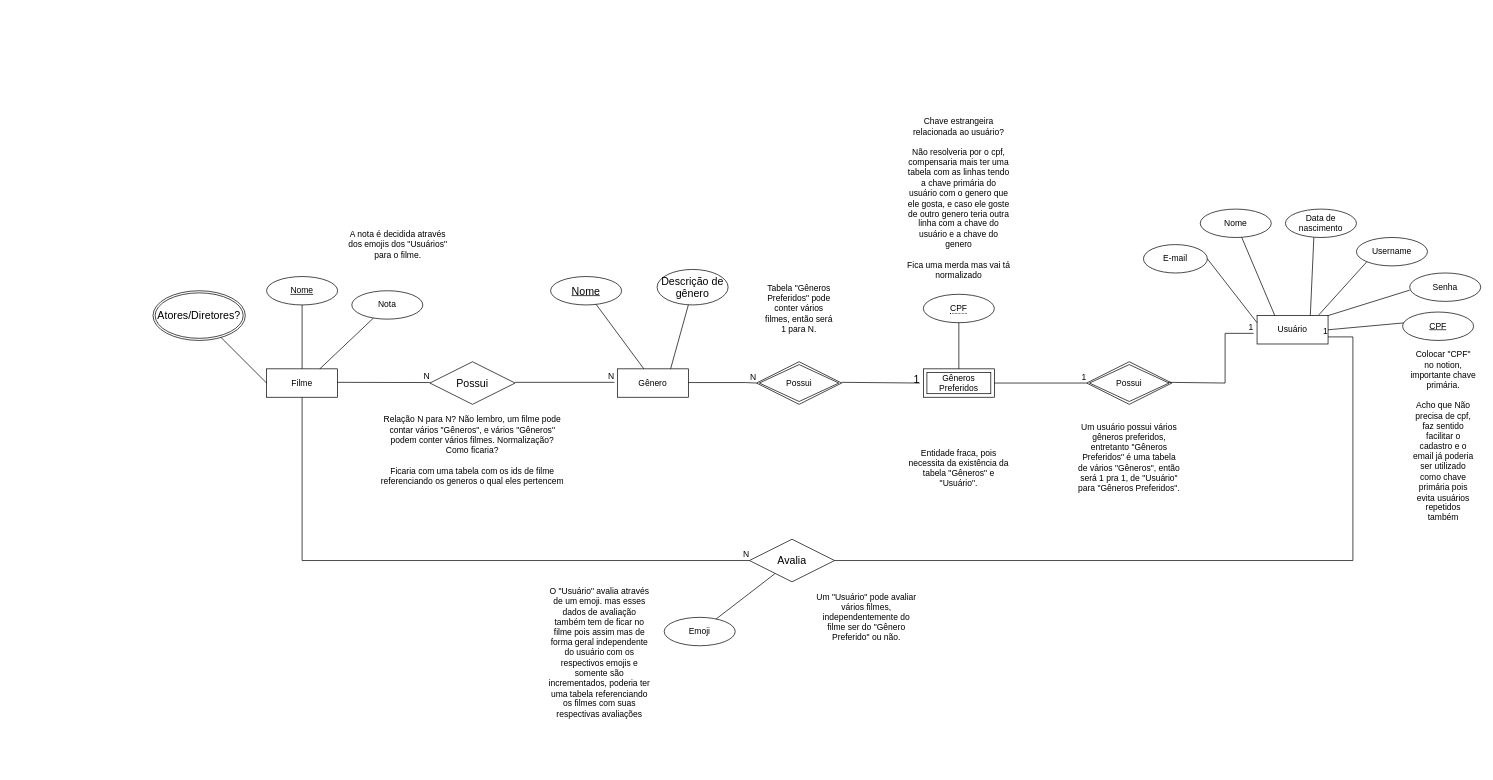
XandeCoding/Moviemoji keeps this draw.io diagram as documentação/moviemoji.drawio. Above is the earlier version. Source tidied: cells renumbered, new cells numbered last; positions are measured from the earlier drawing's top-left corner, leaving out a move shared by most shapes. Both pictures are drawn from the tidied source at 71%, with x=0, y=0 at pixel (153, 187).
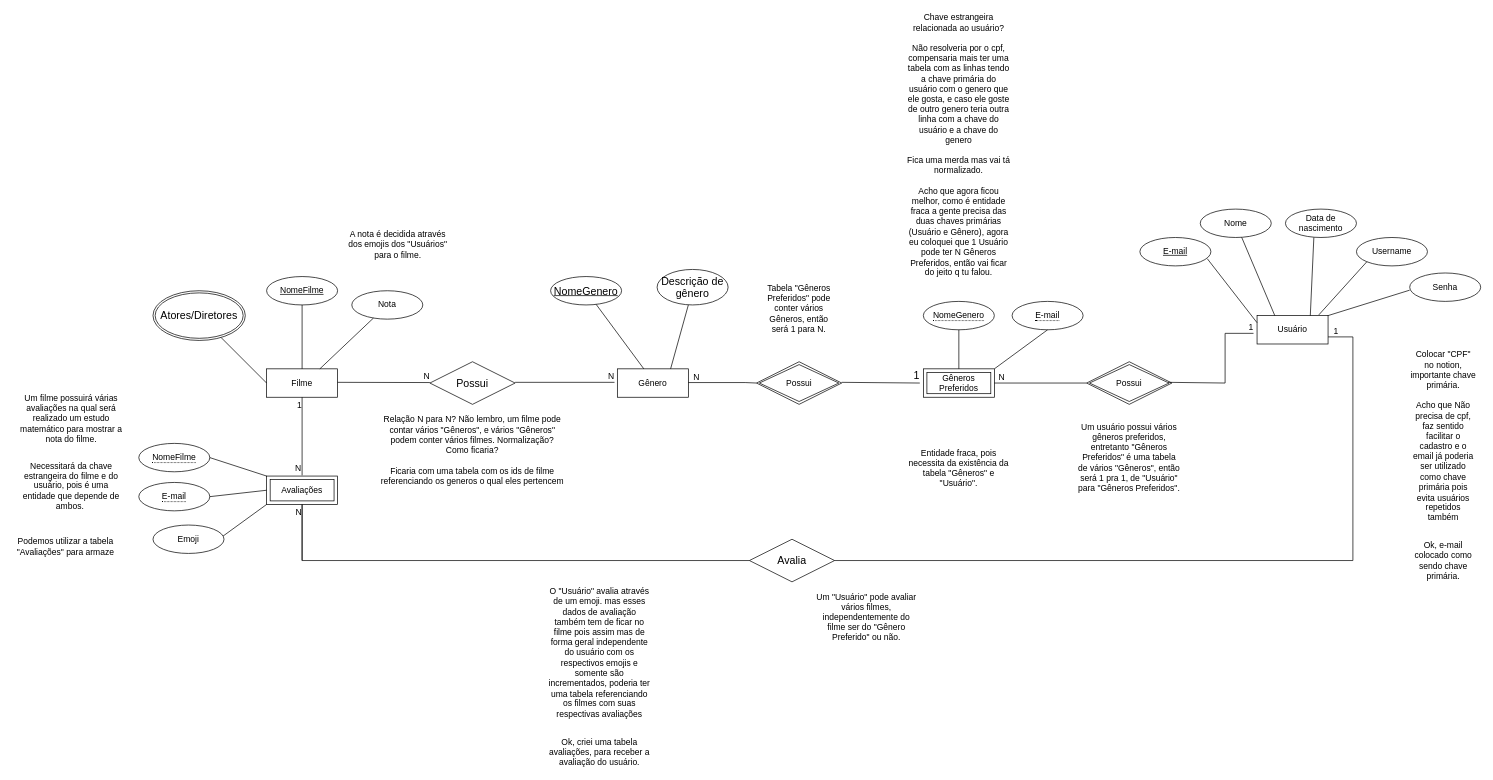
The same diagram, later.

The change refers to these unchanged cells:
```xml
<mxCell id="2" value="Filme" style="whiteSpace=wrap;html=1;align=center;" parent="1" vertex="1">
  <mxGeometry x="160" y="255" width="100" height="40" as="geometry" />
</mxCell>
<mxCell id="3" value="Usuário" style="whiteSpace=wrap;html=1;align=center;" parent="1" vertex="1">
  <mxGeometry x="1555" y="180" width="100" height="40" as="geometry" />
</mxCell>
<mxCell id="28" value="Gêneros Preferidos" style="shape=ext;margin=3;double=1;whiteSpace=wrap;html=1;align=center;" parent="1" vertex="1">
  <mxGeometry x="1085" y="255" width="100" height="40" as="geometry" />
</mxCell>
<mxCell id="36" style="endArrow=none;html=1;rounded=0;strokeColor=#000000;strokeWidth=1;" parent="1" edge="1">
  <mxGeometry relative="1" as="geometry">
    <mxPoint x="970" y="274" as="sourcePoint" />
    <mxPoint x="1080" y="275" as="targetPoint" />
  </mxGeometry>
</mxCell>
<mxCell id="38" style="endArrow=none;html=1;rounded=0;strokeColor=#000000;strokeWidth=1;entryX=0;entryY=0.5;entryDx=0;entryDy=0;" parent="1" edge="1" target="35">
  <mxGeometry relative="1" as="geometry">
    <mxPoint x="754" y="274.3" as="sourcePoint" />
    <Array as="points">
      <mxPoint x="834" y="274.3" />
    </Array>
  </mxGeometry>
</mxCell>
<mxCell id="40" style="endArrow=none;html=1;rounded=0;strokeColor=#000000;strokeWidth=1;entryX=0;entryY=0.5;entryDx=0;entryDy=0;exitX=1;exitY=0.5;exitDx=0;exitDy=0;" parent="1" edge="1" source="28" target="31">
  <mxGeometry relative="1" as="geometry" />
</mxCell>
<mxCell id="55" value="Avalia" style="shape=rhombus;perimeter=rhombusPerimeter;whiteSpace=wrap;html=1;align=center;fontSize=15;" parent="1" vertex="1">
  <mxGeometry x="840" y="495" width="120" height="60" as="geometry" />
</mxCell>
<mxCell id="56" style="endArrow=none;html=1;rounded=0;strokeColor=#000000;strokeWidth=1;fontSize=15;exitX=1;exitY=0.5;exitDx=0;exitDy=0;entryX=1;entryY=0.75;entryDx=0;entryDy=0;" parent="1" edge="1" source="55" target="3">
  <mxGeometry relative="1" as="geometry">
    <Array as="points">
      <mxPoint x="1690" y="525" />
      <mxPoint x="1690" y="210" />
    </Array>
  </mxGeometry>
</mxCell>
```

The edit, as a diff of the source:
```diff
@@
-    <mxCell id="5" value="Tabela &quot;Gêneros Preferidos&quot; pode conter vários filmes, então será 1 para N." style="text;html=1;strokeColor=none;fillColor=none;align=center;verticalAlign=middle;whiteSpace=wrap;rounded=0;" parent="1" vertex="1">
+    <mxCell id="5" value="Tabela &quot;Gêneros Preferidos&quot; pode conter vários Gêneros, então será 1 para N." style="text;html=1;strokeColor=none;fillColor=none;align=center;verticalAlign=middle;whiteSpace=wrap;rounded=0;" parent="1" vertex="1">
       <mxGeometry x="860" y="160" width="100" height="20" as="geometry" />
     </mxCell>
@@
-    <mxCell id="10" value="E-mail" style="ellipse;whiteSpace=wrap;html=1;align=center;" parent="1" vertex="1">
-      <mxGeometry x="1395" y="80" width="90" height="40" as="geometry" />
-    </mxCell>
@@
-    <mxCell id="13" style="endArrow=none;html=1;rounded=0;exitX=1;exitY=0.5;exitDx=0;exitDy=0;entryX=0;entryY=0.25;entryDx=0;entryDy=0;" parent="1" edge="1" source="10" target="3">
-      <mxGeometry relative="1" as="geometry" />
+    <mxCell id="13" style="endArrow=none;html=1;rounded=0;exitX=1;exitY=0.5;exitDx=0;exitDy=0;entryX=0;entryY=0.25;entryDx=0;entryDy=0;" parent="1" edge="1" target="3">
+      <mxGeometry relative="1" as="geometry">
+        <mxPoint x="1485" y="100" as="sourcePoint" />
+      </mxGeometry>
     </mxCell>
@@
-    <mxCell id="16" style="endArrow=none;html=1;rounded=0;exitX=1;exitY=0.5;exitDx=0;exitDy=0;" parent="1" edge="1" source="3">
-      <mxGeometry relative="1" as="geometry">
-        <mxPoint x="1765" y="190" as="targetPoint" />
-      </mxGeometry>
-    </mxCell>
@@
-    <mxCell id="22" value="Nome" style="ellipse;whiteSpace=wrap;html=1;align=center;fontStyle=4;" parent="1" vertex="1">
+    <mxCell id="22" value="NomeFilme" style="ellipse;whiteSpace=wrap;html=1;align=center;fontStyle=4;" parent="1" vertex="1">
       <mxGeometry x="160" y="125" width="100" height="40" as="geometry" />
     </mxCell>
@@
-    <mxCell id="25" value="CPF" style="ellipse;whiteSpace=wrap;html=1;align=center;fontStyle=4;" parent="1" vertex="1">
-      <mxGeometry x="1760" y="175" width="100" height="40" as="geometry" />
-    </mxCell>
-    <mxCell id="26" value="Emoji" style="ellipse;whiteSpace=wrap;html=1;align=center;" parent="1" vertex="1">
-      <mxGeometry x="720" y="605" width="100" height="40" as="geometry" />
-    </mxCell>
-    <mxCell id="27" style="endArrow=none;html=1;rounded=0;strokeColor=#000000;" parent="1" edge="1" source="26" target="55">
-      <mxGeometry relative="1" as="geometry" />
-    </mxCell>
@@
-    <mxCell id="32" value="&lt;span style=&quot;border-bottom: 1px dotted&quot;&gt;CPF&lt;/span&gt;" style="ellipse;whiteSpace=wrap;html=1;align=center;" parent="1" vertex="1">
-      <mxGeometry x="1085" y="150" width="100" height="40" as="geometry" />
+    <mxCell id="32" value="&lt;span style=&quot;border-bottom: 1px dotted&quot;&gt;E-mail&lt;/span&gt;" style="ellipse;whiteSpace=wrap;html=1;align=center;" parent="1" vertex="1">
+      <mxGeometry x="1210" y="160" width="100" height="40" as="geometry" />
     </mxCell>
-    <mxCell id="33" style="endArrow=none;html=1;rounded=0;strokeColor=#000000;strokeWidth=1;entryX=0.5;entryY=0;entryDx=0;entryDy=0;exitX=0.5;exitY=1;exitDx=0;exitDy=0;" parent="1" edge="1" source="32" target="28">
+    <mxCell id="33" style="endArrow=none;html=1;rounded=0;strokeColor=#000000;strokeWidth=1;entryX=1;entryY=0;entryDx=0;entryDy=0;exitX=0.5;exitY=1;exitDx=0;exitDy=0;" parent="1" edge="1" source="32" target="28">
       <mxGeometry relative="1" as="geometry" />
     </mxCell>
-    <mxCell id="34" value="Chave estrangeira relacionada ao usuário?&lt;br&gt;&lt;br&gt;Não resolveria por o cpf, compensaria mais ter uma tabela com as linhas tendo a chave primária do usuário com o genero que ele gosta, e caso ele goste de outro genero teria outra linha com a chave do usuário e a chave do genero&lt;br&gt;&lt;br&gt;Fica uma merda mas vai tá normalizado" style="text;html=1;strokeColor=none;fillColor=none;align=center;verticalAlign=middle;whiteSpace=wrap;rounded=0;" parent="1" vertex="1">
-      <mxGeometry x="1060" width="150" height="30" as="geometry" />
+    <mxCell id="34" value="Chave estrangeira relacionada ao usuário?&lt;br&gt;&lt;br&gt;Não resolveria por o cpf, compensaria mais ter uma tabela com as linhas tendo a chave primária do usuário com o genero que ele gosta, e caso ele goste de outro genero teria outra linha com a chave do usuário e a chave do genero&lt;br&gt;&lt;br&gt;Fica uma merda mas vai tá normalizado.&lt;br&gt;&lt;br&gt;Acho que agora ficou melhor, como é entidade fraca a gente precisa das duas chaves primárias (Usuário e Gênero), agora eu coloquei que 1 Usuário pode ter N Gêneros Preferidos, então vai ficar do jeito q tu falou." style="text;html=1;strokeColor=none;fillColor=none;align=center;verticalAlign=middle;whiteSpace=wrap;rounded=0;" parent="1" vertex="1">
+      <mxGeometry x="1060" y="-75" width="150" height="30" as="geometry" />
     </mxCell>
@@
     <mxCell id="37" value="1" style="html=1;align=right;verticalAlign=bottom;fontSize=15;" parent="36" vertex="1">
-      <mxGeometry x="1" relative="1" as="geometry">
-        <mxPoint y="5" as="offset" />
-      </mxGeometry>
+      <mxGeometry x="1" relative="1" as="geometry" />
     </mxCell>
@@
     <mxCell id="39" value="N" style="html=1;align=right;verticalAlign=bottom;" parent="38" vertex="1">
-      <mxGeometry x="1" relative="1" as="geometry" />
+      <mxGeometry x="1" relative="1" as="geometry">
+        <mxPoint x="-80" as="offset" />
+      </mxGeometry>
     </mxCell>
@@
-    <mxCell id="41" value="1" style="html=1;align=right;verticalAlign=bottom;" parent="40" vertex="1">
-      <mxGeometry x="1" relative="1" as="geometry" />
+    <mxCell id="41" value="N" style="html=1;align=right;verticalAlign=bottom;" parent="40" vertex="1">
+      <mxGeometry x="1" relative="1" as="geometry">
+        <mxPoint x="-115" as="offset" />
+      </mxGeometry>
     </mxCell>
@@
-    <mxCell id="51" value="Nome" style="ellipse;whiteSpace=wrap;html=1;align=center;fontStyle=4;fontSize=15;" parent="1" vertex="1">
+    <mxCell id="51" value="NomeGenero" style="ellipse;whiteSpace=wrap;html=1;align=center;fontStyle=4;fontSize=15;" parent="1" vertex="1">
       <mxGeometry x="560" y="125" width="100" height="40" as="geometry" />
     </mxCell>
@@
     <mxCell id="57" value="1" style="html=1;align=right;verticalAlign=bottom;" parent="56" vertex="1">
-      <mxGeometry x="1" relative="1" as="geometry" />
+      <mxGeometry x="1" relative="1" as="geometry">
+        <mxPoint x="15" as="offset" />
+      </mxGeometry>
     </mxCell>
@@
-    <mxCell id="59" style="endArrow=none;html=1;rounded=0;strokeColor=#000000;strokeWidth=1;fontSize=15;entryX=0;entryY=0.5;entryDx=0;entryDy=0;exitX=0.5;exitY=1;exitDx=0;exitDy=0;" parent="1" edge="1" source="2" target="55">
+    <mxCell id="59" style="endArrow=none;html=1;rounded=0;strokeColor=#000000;strokeWidth=1;fontSize=15;entryX=0;entryY=0.5;entryDx=0;entryDy=0;" parent="1" edge="1" target="55">
       <mxGeometry relative="1" as="geometry">
+        <mxPoint x="210" y="525" as="sourcePoint" />
         <Array as="points">
+          <mxPoint x="210" y="445" />
           <mxPoint x="210" y="525" />
         </Array>
       </mxGeometry>
     </mxCell>
-    <mxCell id="60" value="N" style="html=1;align=right;verticalAlign=bottom;" parent="59" vertex="1">
-      <mxGeometry x="1" relative="1" as="geometry" />
-    </mxCell>
@@
-    <mxCell id="63" value="Atores/Diretores?" style="ellipse;shape=doubleEllipse;margin=3;whiteSpace=wrap;html=1;align=center;fontSize=15;" parent="1" vertex="1">
+    <mxCell id="63" value="Atores/Diretores" style="ellipse;shape=doubleEllipse;margin=3;whiteSpace=wrap;html=1;align=center;fontSize=15;" parent="1" vertex="1">
       <mxGeometry y="145" width="130" height="70" as="geometry" />
     </mxCell>
@@
+    <mxCell id="65" style="endArrow=none;html=1;rounded=0;strokeColor=#000000;strokeWidth=1;fontSize=15;entryX=0.5;entryY=1;entryDx=0;entryDy=0;exitX=0.5;exitY=0;exitDx=0;exitDy=0;exitPerimeter=0;" parent="1" edge="1" target="2">
+      <mxGeometry relative="1" as="geometry">
+        <mxPoint x="210" y="405" as="sourcePoint" />
+      </mxGeometry>
+    </mxCell>
+    <mxCell id="66" value="1" style="html=1;align=right;verticalAlign=bottom;" parent="65" vertex="1">
+      <mxGeometry x="1" relative="1" as="geometry">
+        <mxPoint y="20" as="offset" />
+      </mxGeometry>
+    </mxCell>
+    <mxCell id="67" value="N" style="html=1;align=right;verticalAlign=bottom;" parent="1" vertex="1">
+      <mxGeometry x="430" y="415" as="geometry">
+        <mxPoint x="-221" y="-11" as="offset" />
+      </mxGeometry>
+    </mxCell>
+    <mxCell id="68" value="Ok, criei uma tabela avaliações, para receber a avaliação do usuário." style="text;html=1;strokeColor=none;fillColor=none;align=center;verticalAlign=middle;whiteSpace=wrap;rounded=0;" parent="1" vertex="1">
+      <mxGeometry x="554" y="785" width="150" height="20" as="geometry" />
+    </mxCell>
+    <mxCell id="69" value="Um filme possuirá várias avaliações na qual será realizado um estudo matemático para mostrar a nota do filme." style="text;html=1;strokeColor=none;fillColor=none;align=center;verticalAlign=middle;whiteSpace=wrap;rounded=0;" parent="1" vertex="1">
+      <mxGeometry x="-190" y="315" width="150" height="20" as="geometry" />
+    </mxCell>
+    <mxCell id="70" value="E-mail" style="ellipse;whiteSpace=wrap;html=1;align=center;fontStyle=4;" parent="1" vertex="1">
+      <mxGeometry x="1390" y="70" width="100" height="40" as="geometry" />
+    </mxCell>
+    <mxCell id="71" value="Ok, e-mail colocado como sendo chave primária." style="text;html=1;strokeColor=none;fillColor=none;align=center;verticalAlign=middle;whiteSpace=wrap;rounded=0;" parent="1" vertex="1">
+      <mxGeometry x="1770" y="515" width="95" height="20" as="geometry" />
+    </mxCell>
+    <mxCell id="72" value="Necessitará da chave estrangeira do filme e do usuário, pois é uma entidade que depende de ambos.&amp;nbsp;" style="text;html=1;strokeColor=none;fillColor=none;align=center;verticalAlign=middle;whiteSpace=wrap;rounded=0;" parent="1" vertex="1">
+      <mxGeometry x="-190" y="410" width="150" height="20" as="geometry" />
+    </mxCell>
+    <mxCell id="73" value="N" style="html=1;align=right;verticalAlign=bottom;" parent="1" vertex="1">
+      <mxGeometry x="210" y="465" as="geometry" />
+    </mxCell>
+    <mxCell id="74" value="Avaliações" style="shape=ext;margin=3;double=1;whiteSpace=wrap;html=1;align=center;" parent="1" vertex="1">
+      <mxGeometry x="160" y="406" width="100" height="40" as="geometry" />
+    </mxCell>
+    <mxCell id="75" value="&lt;span style=&quot;border-bottom: 1px dotted&quot;&gt;NomeFilme&lt;/span&gt;" style="ellipse;whiteSpace=wrap;html=1;align=center;" parent="1" vertex="1">
+      <mxGeometry x="-20" y="360" width="100" height="40" as="geometry" />
+    </mxCell>
+    <mxCell id="76" style="endArrow=none;html=1;rounded=0;entryX=0;entryY=0;entryDx=0;entryDy=0;exitX=1;exitY=0.5;exitDx=0;exitDy=0;" parent="1" edge="1" source="75" target="74">
+      <mxGeometry relative="1" as="geometry" />
+    </mxCell>
+    <mxCell id="77" style="endArrow=none;html=1;rounded=0;entryX=0;entryY=1;entryDx=0;entryDy=0;exitX=0.948;exitY=0.3;exitDx=0;exitDy=0;exitPerimeter=0;" parent="1" edge="1" target="74">
+      <mxGeometry relative="1" as="geometry">
+        <mxPoint x="89.8" y="497" as="sourcePoint" />
+      </mxGeometry>
+    </mxCell>
+    <mxCell id="78" value="&lt;span style=&quot;border-bottom: 1px dotted&quot;&gt;E-mail&lt;/span&gt;" style="ellipse;whiteSpace=wrap;html=1;align=center;" parent="1" vertex="1">
+      <mxGeometry x="-20" y="415" width="100" height="40" as="geometry" />
+    </mxCell>
+    <mxCell id="79" style="endArrow=none;html=1;rounded=0;entryX=0;entryY=0.5;entryDx=0;entryDy=0;exitX=1;exitY=0.5;exitDx=0;exitDy=0;" parent="1" edge="1" source="78" target="74">
+      <mxGeometry relative="1" as="geometry" />
+    </mxCell>
+    <mxCell id="80" value="&lt;span style=&quot;border-bottom: 1px dotted&quot;&gt;NomeGenero&lt;/span&gt;" style="ellipse;whiteSpace=wrap;html=1;align=center;" parent="1" vertex="1">
+      <mxGeometry x="1085" y="160" width="100" height="40" as="geometry" />
+    </mxCell>
+    <mxCell id="81" style="endArrow=none;html=1;rounded=0;strokeColor=#000000;strokeWidth=1;exitX=0.5;exitY=1;exitDx=0;exitDy=0;" parent="1" edge="1" source="80" target="28">
+      <mxGeometry relative="1" as="geometry" />
+    </mxCell>
+    <mxCell id="26" value="Emoji" style="ellipse;whiteSpace=wrap;html=1;align=center;" parent="1" vertex="1">
+      <mxGeometry y="475" width="100" height="40" as="geometry" />
+    </mxCell>
+    <mxCell id="82" value="Podemos utilizar a tabela &quot;Avaliações&quot; para armaze" style="text;html=1;strokeColor=none;fillColor=none;align=center;verticalAlign=middle;whiteSpace=wrap;rounded=0;" parent="1" vertex="1">
+      <mxGeometry x="-198" y="495" width="150" height="20" as="geometry" />
+    </mxCell>
```
